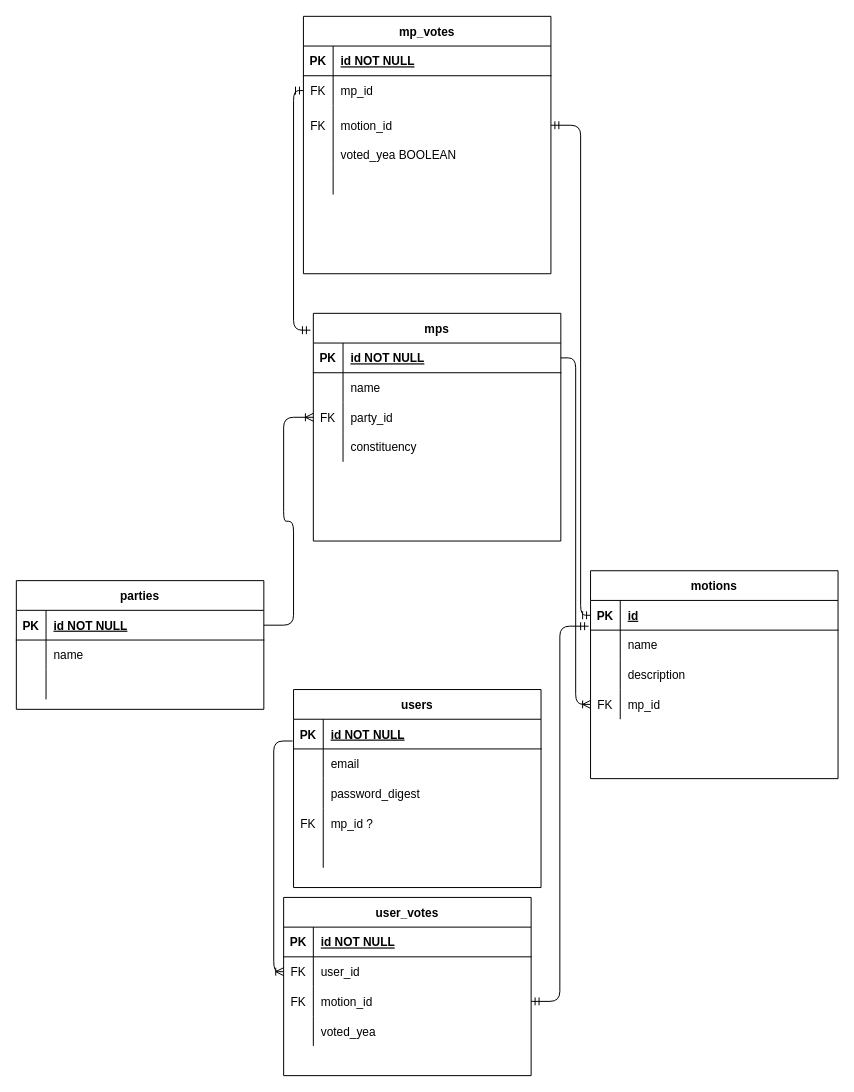
Before: planning/ERD.drawio in csb3/open-house-of-commons, a draw.io diagram. Source tidied: cells renumbered, new cells numbered last; positions are measured from the earlier drawing's top-left corner, leaving out a move shared by most shapes. Both pictures are drawn from the tidied source at 99%, with x=0, y=0 at pixel (16, 16).
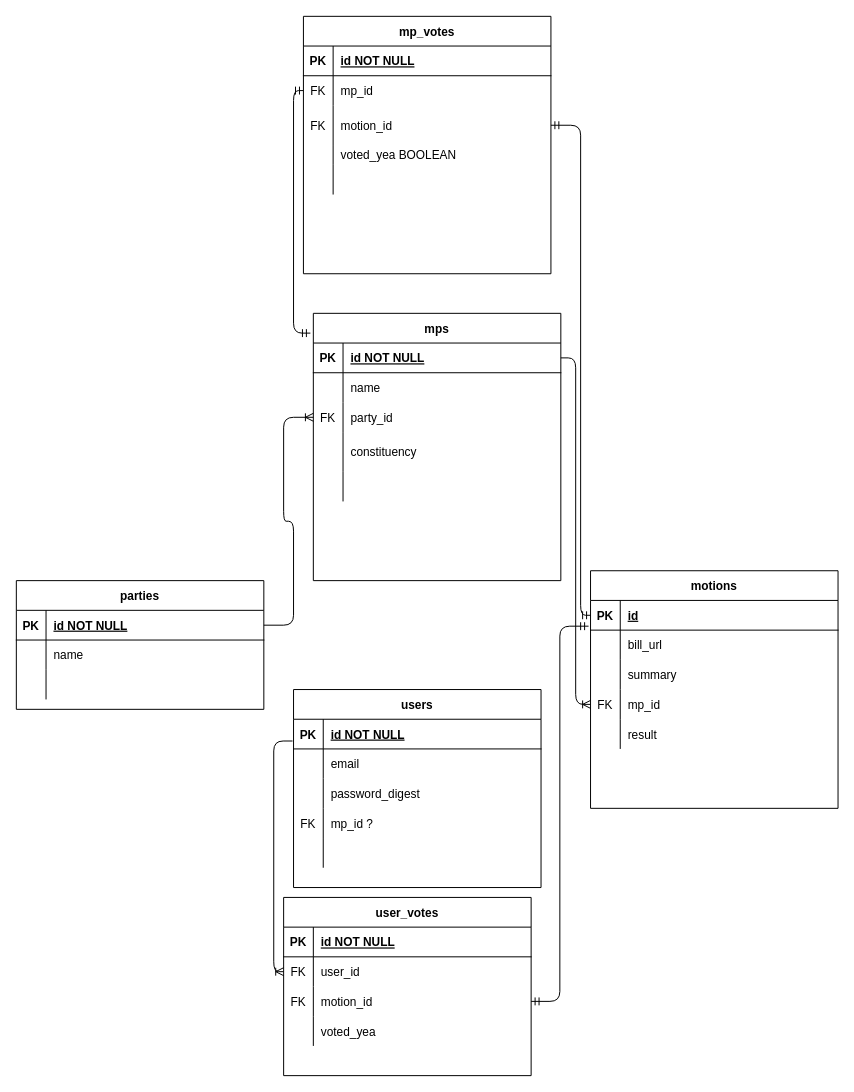
The same page after the edit.

The change refers to these unchanged cells:
```xml
<mxCell id="16" style="shape=partialRectangle;fillColor=none;top=0;left=0;right=0;bottom=0;" parent="12" vertex="1">
  <mxGeometry y="60" width="250" height="30" as="geometry" />
</mxCell>
<mxCell id="19" style="shape=partialRectangle;fillColor=none;top=0;left=0;right=0;bottom=0;" parent="12" vertex="1">
  <mxGeometry y="90" width="250" height="30" as="geometry" />
</mxCell>
```

Change to the diagram source:
```diff
@@
     <mxCell id="12" value="motions" style="shape=table;startSize=30;childLayout=tableLayout;rowLines=0;fontStyle=1;align=center;" parent="1" vertex="1">
-      <mxGeometry x="580" y="560" width="250" height="210" as="geometry" />
+      <mxGeometry x="580" y="560" width="250" height="240" as="geometry" />
     </mxCell>
@@
-    <mxCell id="18" value="name" style="shape=partialRectangle;overflow=hidden;fillColor=none;top=0;left=0;bottom=0;right=0;align=left;spacingLeft=6;" parent="16" vertex="1">
+    <mxCell id="18" value="bill_url" style="shape=partialRectangle;overflow=hidden;fillColor=none;top=0;left=0;bottom=0;right=0;align=left;spacingLeft=6;" parent="16" vertex="1">
       <mxGeometry x="30" width="220" height="30" as="geometry" />
     </mxCell>
@@
-    <mxCell id="21" value="description" style="shape=partialRectangle;overflow=hidden;fillColor=none;top=0;left=0;bottom=0;right=0;align=left;spacingLeft=6;" parent="19" vertex="1">
+    <mxCell id="21" value="summary" style="shape=partialRectangle;overflow=hidden;fillColor=none;top=0;left=0;bottom=0;right=0;align=left;spacingLeft=6;" parent="19" vertex="1">
       <mxGeometry x="30" width="220" height="30" as="geometry" />
     </mxCell>
@@
+    <mxCell id="89" style="shape=partialRectangle;fillColor=none;top=0;left=0;right=0;bottom=0;" parent="12" vertex="1">
+      <mxGeometry y="150" width="250" height="30" as="geometry" />
+    </mxCell>
+    <mxCell id="90" style="shape=partialRectangle;overflow=hidden;fillColor=none;top=0;left=0;bottom=0;right=0;" parent="89" vertex="1">
+      <mxGeometry width="30" height="30" as="geometry" />
+    </mxCell>
+    <mxCell id="91" value="result" style="shape=partialRectangle;overflow=hidden;fillColor=none;top=0;left=0;bottom=0;right=0;align=left;spacingLeft=6;" parent="89" vertex="1">
+      <mxGeometry x="30" width="220" height="30" as="geometry" />
+    </mxCell>
     <mxCell id="25" value="mps" style="shape=table;startSize=30;childLayout=tableLayout;rowLines=0;fontStyle=1;align=center;" parent="1" vertex="1">
-      <mxGeometry x="300" y="300" width="250" height="230" as="geometry" />
+      <mxGeometry x="300" y="300" width="250" height="270" as="geometry" />
     </mxCell>
@@
     <mxCell id="35" style="shape=partialRectangle;fillColor=none;top=0;left=0;right=0;bottom=0;" parent="25" vertex="1">
-      <mxGeometry y="120" width="250" height="30" as="geometry" />
+      <mxGeometry y="120" width="250" height="40" as="geometry" />
     </mxCell>
     <mxCell id="36" style="shape=partialRectangle;overflow=hidden;fillColor=none;top=0;left=0;bottom=0;right=0;" parent="35" vertex="1">
-      <mxGeometry width="30" height="30" as="geometry" />
+      <mxGeometry width="30" height="40" as="geometry" />
     </mxCell>
     <mxCell id="37" value="constituency" style="shape=partialRectangle;overflow=hidden;fillColor=none;top=0;left=0;bottom=0;right=0;align=left;spacingLeft=6;" parent="35" vertex="1">
-      <mxGeometry x="30" width="220" height="30" as="geometry" />
+      <mxGeometry x="30" width="220" height="40" as="geometry" />
     </mxCell>
+    <mxCell id="92" style="shape=partialRectangle;fillColor=none;top=0;left=0;right=0;bottom=0;" parent="25" vertex="1">
+      <mxGeometry y="160" width="250" height="30" as="geometry" />
+    </mxCell>
+    <mxCell id="93" style="shape=partialRectangle;overflow=hidden;fillColor=none;top=0;left=0;bottom=0;right=0;" parent="92" vertex="1">
+      <mxGeometry width="30" height="30" as="geometry" />
+    </mxCell>
+    <mxCell id="94" style="shape=partialRectangle;overflow=hidden;fillColor=none;top=0;left=0;bottom=0;right=0;align=left;spacingLeft=6;" parent="92" vertex="1">
+      <mxGeometry x="30" width="220" height="30" as="geometry" />
+    </mxCell>
```
